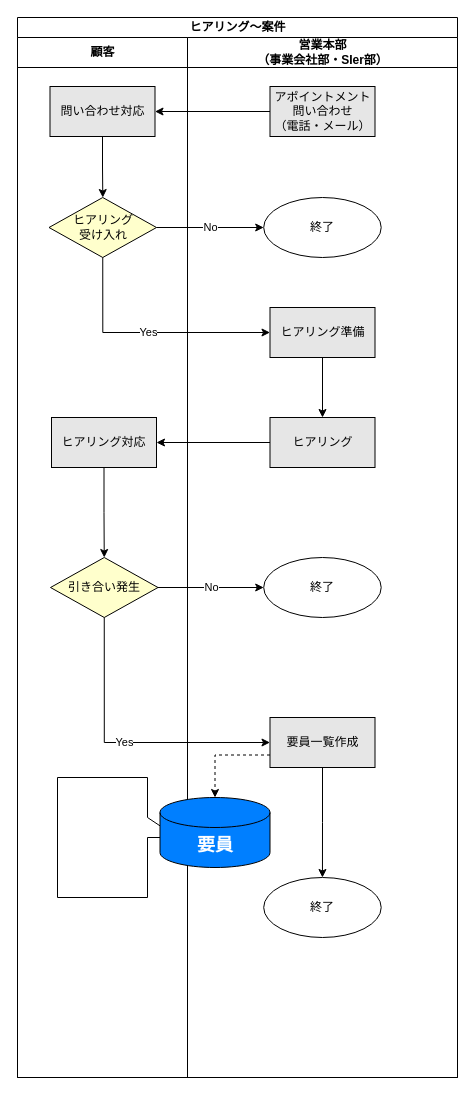
Before: page "ヒアリング～案件" (3 of 6) of 20230622To-Be業務フロー図.drawio in TaikiHorita/TaikiRepository, a draw.io diagram. Source tidied: cells renumbered, new cells numbered last; positions are measured from the earlier drawing's top-left corner, leaving out a move shared by most shapes. Both pictures are drawn from the tidied source at 100%, with x=0, y=0 at pixel (17, 17).
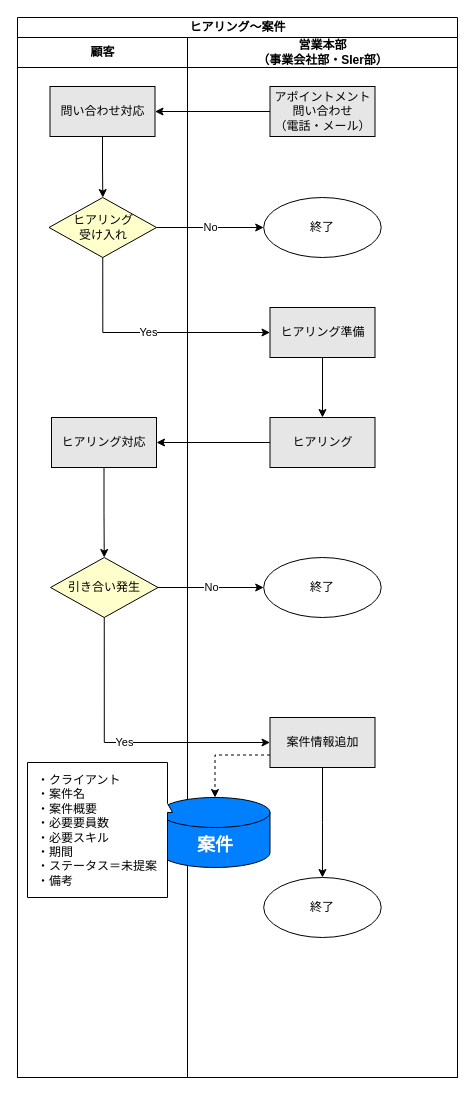
The same page after the edit.

Unchanged cells that the change refers to:
```xml
<mxCell id="3" value="顧客" style="swimlane;startSize=30;html=1;" parent="2" vertex="1">
  <mxGeometry y="20" width="170" height="1040" as="geometry" />
</mxCell>
<mxCell id="11" value="営業本部&lt;br&gt;（事業会社部・SIer部）" style="swimlane;startSize=30;html=1;" parent="2" vertex="1">
  <mxGeometry x="170" y="20" width="270" height="1040" as="geometry" />
</mxCell>
```

The edit, as a diff of the source:
```diff
@@
-    <mxCell id="10" style="shape=callout;whiteSpace=wrap;html=1;perimeter=calloutPerimeter;direction=north;" parent="3" vertex="1">
-      <mxGeometry x="40" y="740" width="120" height="120" as="geometry" />
-    </mxCell>
@@
-    <mxCell id="12" value="&lt;font style=&quot;font-size: 18px;&quot; color=&quot;#ffffff&quot;&gt;&lt;b&gt;要員&lt;/b&gt;&lt;/font&gt;" style="shape=cylinder3;whiteSpace=wrap;html=1;boundedLbl=1;backgroundOutline=1;size=15;fillColor=#007FFF;" parent="11" vertex="1">
+    <mxCell id="12" value="&lt;font color=&quot;#ffffff&quot;&gt;&lt;span style=&quot;font-size: 18px;&quot;&gt;&lt;b&gt;案件&lt;/b&gt;&lt;/span&gt;&lt;/font&gt;" style="shape=cylinder3;whiteSpace=wrap;html=1;boundedLbl=1;backgroundOutline=1;size=15;fillColor=#007FFF;" parent="11" vertex="1">
       <mxGeometry x="-27.5" y="760" width="110" height="70" as="geometry" />
     </mxCell>
@@
-    <mxCell id="22" value="要員一覧作成" style="rounded=0;whiteSpace=wrap;html=1;fillColor=#E6E6E6;" parent="11" vertex="1">
+    <mxCell id="22" value="案件情報追加" style="rounded=0;whiteSpace=wrap;html=1;fillColor=#E6E6E6;" parent="11" vertex="1">
       <mxGeometry x="82.5" y="680" width="105" height="50" as="geometry" />
     </mxCell>
+    <mxCell id="29" value="&lt;div style=&quot;text-align: left;&quot;&gt;&lt;span style=&quot;background-color: initial;&quot;&gt;・クライアント&lt;/span&gt;&lt;/div&gt;&lt;div style=&quot;text-align: left;&quot;&gt;&lt;span style=&quot;background-color: initial;&quot;&gt;・案件名&lt;/span&gt;&lt;/div&gt;&lt;div style=&quot;text-align: left;&quot;&gt;&lt;span style=&quot;background-color: initial;&quot;&gt;・案件概要&lt;/span&gt;&lt;/div&gt;&lt;div style=&quot;text-align: left;&quot;&gt;&lt;span style=&quot;background-color: initial;&quot;&gt;・必要要員数&lt;/span&gt;&lt;/div&gt;&lt;div style=&quot;text-align: left;&quot;&gt;&lt;span style=&quot;background-color: initial;&quot;&gt;・必要スキル&lt;/span&gt;&lt;/div&gt;&lt;div style=&quot;text-align: left;&quot;&gt;&lt;span style=&quot;background-color: initial;&quot;&gt;・期間&lt;/span&gt;&lt;/div&gt;&lt;div style=&quot;text-align: left;&quot;&gt;&lt;span style=&quot;background-color: initial;&quot;&gt;・ステータス＝未提案&lt;/span&gt;&lt;/div&gt;&lt;div style=&quot;text-align: left;&quot;&gt;&lt;span style=&quot;background-color: initial;&quot;&gt;・備考&lt;/span&gt;&lt;/div&gt;" style="shape=callout;whiteSpace=wrap;html=1;perimeter=calloutPerimeter;position2=0.63;base=9;size=5;position=0.63;direction=north;" parent="11" vertex="1">
+      <mxGeometry x="-160" y="725" width="145" height="135" as="geometry" />
+    </mxCell>
```
